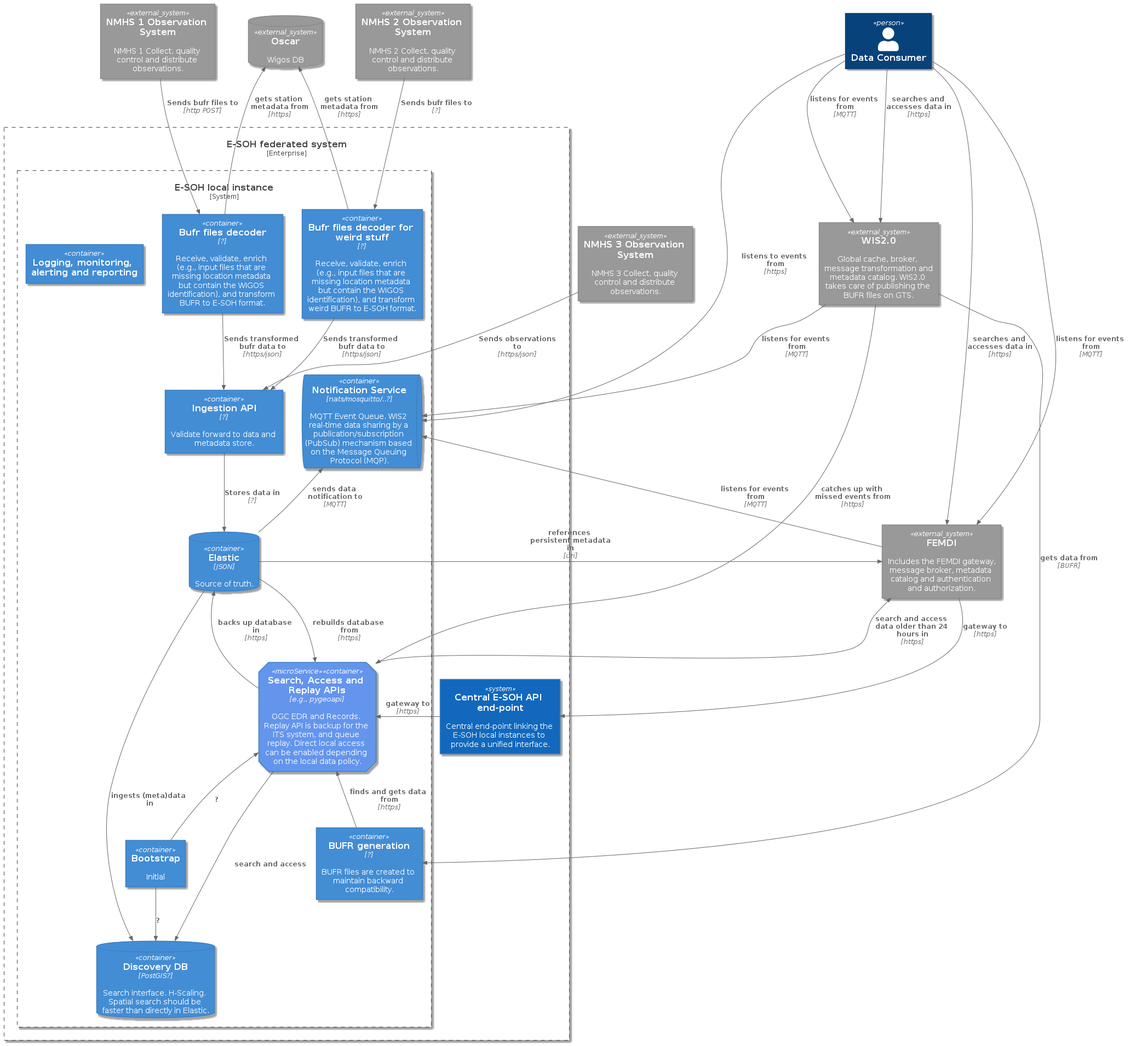
Above: 03-container-diagram/c4-container-diagram.png in EURODEO/e-soh-c4 (PlantUML), before the change.
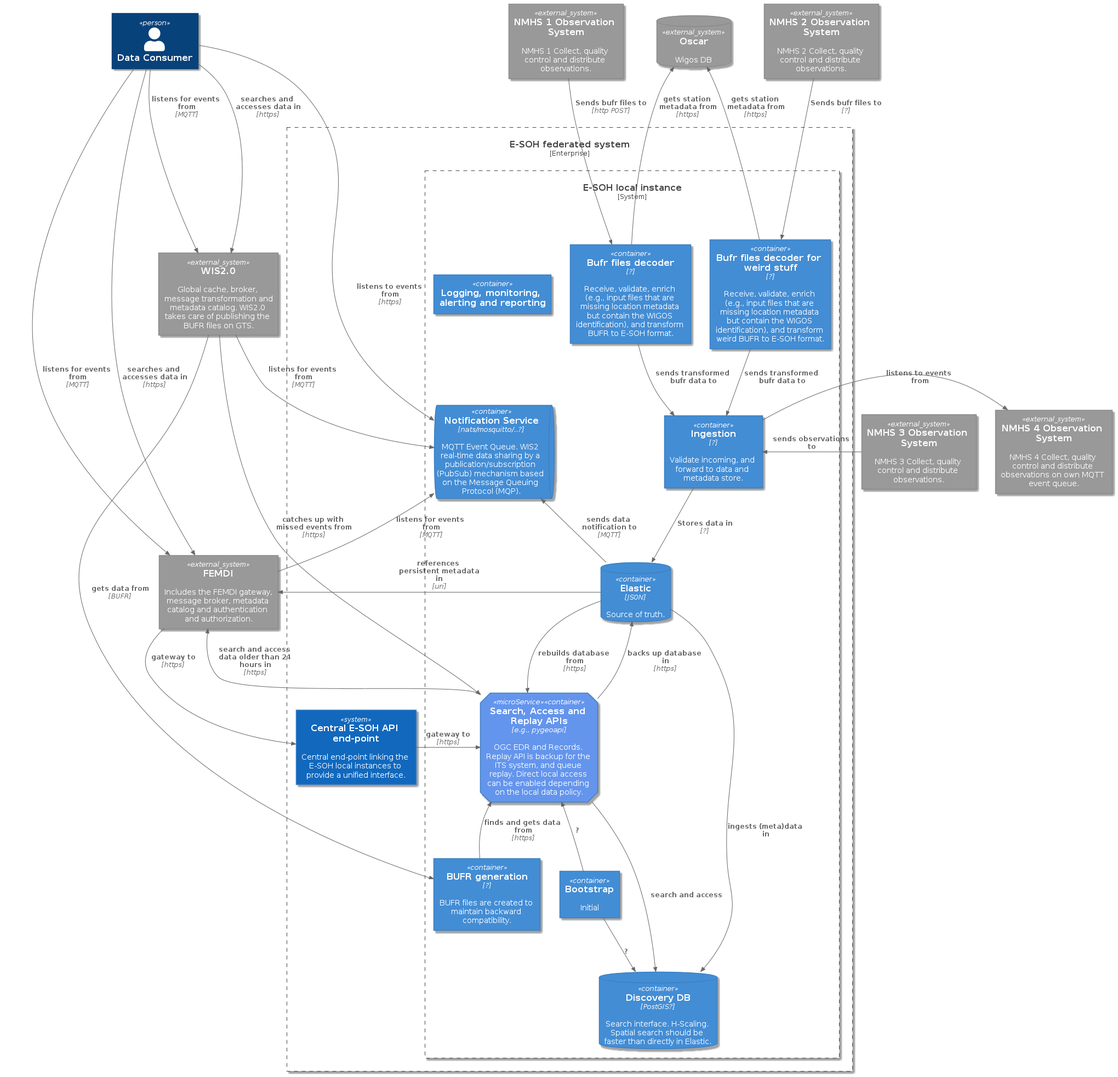
After the change.

The edit, as a diff of the source:
```diff
@@ -9,6 +9,7 @@
 System_Ext(NMHSObs1,"NMHS 1 Observation System", "NMHS 1 Collect, quality control and distribute observations.")
 System_Ext(NMHSObs2,"NMHS 2 Observation System", "NMHS 2 Collect, quality control and distribute observations.")
 System_Ext(NMHSObs3,"NMHS 3 Observation System", "NMHS 3 Collect, quality control and distribute observations.")
+System_Ext(NMHSObs4,"NMHS 4 Observation System", "NMHS 4 Collect, quality control and distribute observations on own MQTT event queue.")
 
 Person(consumer, "Data Consumer")
 
@@ -20,7 +21,7 @@
 
     Container(queries, "Search, Access and Replay APIs", "e.g., pygeoapi", "OGC EDR and Records. Replay API is backup for the ITS system, and queue replay. Direct local access can be enabled depending on the local data policy.", $tags = "microService")
 
-    Container(IngestionService, "Ingestion API", "?", "Validate forward to data and metadata store.")
+    Container(IngestionService, "Ingestion", "?", "Validate incoming, and forward to data and metadata store.")
     Container(SingleBufrReceiver, "Bufr files decoder", "?", "Receive, validate, enrich (e.g., input files that are missing location metadata but contain the WIGOS identification), and transform BUFR to E-SOH format.")
     Container(CustomBufrReceiver, "Bufr files decoder for weird stuff", "?", "Receive, validate, enrich (e.g., input files that are missing location metadata but contain the WIGOS identification), and transform weird BUFR to E-SOH format.")
 
@@ -42,9 +43,10 @@
 Rel_U(SingleBufrReceiver, oscar, "gets station metadata from", "https")
 Rel_U(CustomBufrReceiver, oscar, "gets station metadata from", "https")
 
-Rel_D(NMHSObs3, IngestionService, " Sends observations to", "https/json")
-Rel_D(SingleBufrReceiver, IngestionService, "Sends transformed bufr data to", "https/json")
-Rel_D(CustomBufrReceiver, IngestionService, "Sends transformed bufr data to", "https/json")
+Rel_L(NMHSObs3, IngestionService, "sends observations to", "")
+Rel_R(IngestionService, NMHSObs4, "listens to events from", "")
+Rel_D(SingleBufrReceiver, IngestionService, "sends transformed bufr data to", "")
+Rel_D(CustomBufrReceiver, IngestionService, "sends transformed bufr data to", "")
 
 Rel_D(IngestionService, elastic, "Stores data in", "?")
 
```
